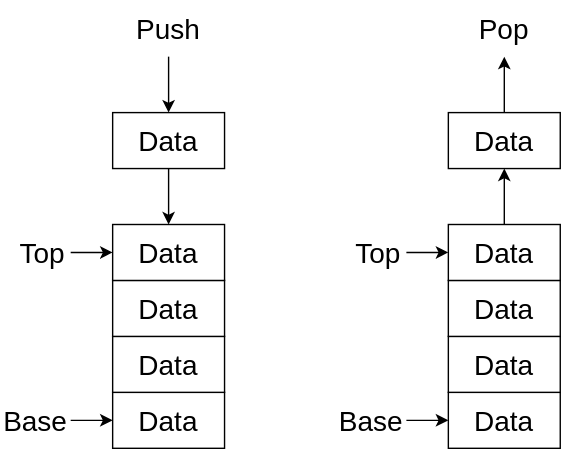
This is Diagrams/Abstract_Data-Types/Stack.svg from DominicSieli/Computer-Science, a draw.io export, as it was before one commit. Source tidied: cells renumbered, new cells last; positions are measured from the earlier drawing's top-left corner, leaving out a move shared by most shapes.
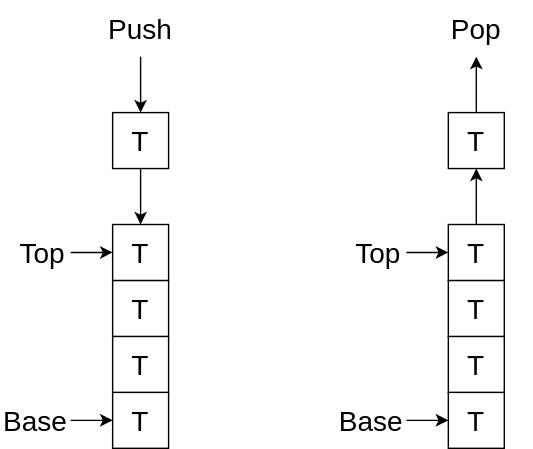
The same diagram one commit later.

The edit, as a diff of the source:
```diff
@@ -2,47 +2,47 @@
   <root>
     <mxCell id="0" />
     <mxCell id="1" parent="0" />
-    <mxCell id="2" value="&lt;font style=&quot;font-size: 20px&quot;&gt;Data&lt;/font&gt;" style="rounded=0;whiteSpace=wrap;html=1;" parent="1" vertex="1">
-      <mxGeometry x="80" y="280" width="80" height="40" as="geometry" />
+    <mxCell id="2" value="&lt;font style=&quot;font-size: 20px&quot;&gt;T&lt;/font&gt;" style="rounded=0;whiteSpace=wrap;html=1;" parent="1" vertex="1">
+      <mxGeometry x="80" y="280" width="40" height="40" as="geometry" />
     </mxCell>
-    <mxCell id="3" value="&lt;font style=&quot;font-size: 20px&quot;&gt;Data&lt;/font&gt;" style="rounded=0;whiteSpace=wrap;html=1;" parent="1" vertex="1">
-      <mxGeometry x="80" y="240" width="80" height="40" as="geometry" />
+    <mxCell id="3" value="&lt;font style=&quot;font-size: 20px&quot;&gt;T&lt;/font&gt;" style="rounded=0;whiteSpace=wrap;html=1;" parent="1" vertex="1">
+      <mxGeometry x="80" y="240" width="40" height="40" as="geometry" />
     </mxCell>
-    <mxCell id="4" value="&lt;font style=&quot;font-size: 20px&quot;&gt;Data&lt;/font&gt;" style="rounded=0;whiteSpace=wrap;html=1;" parent="1" vertex="1">
-      <mxGeometry x="80" y="200" width="80" height="40" as="geometry" />
+    <mxCell id="4" value="&lt;font style=&quot;font-size: 20px&quot;&gt;T&lt;/font&gt;" style="rounded=0;whiteSpace=wrap;html=1;" parent="1" vertex="1">
+      <mxGeometry x="80" y="200" width="40" height="40" as="geometry" />
     </mxCell>
-    <mxCell id="5" value="&lt;font style=&quot;font-size: 20px&quot;&gt;Data&lt;/font&gt;" style="rounded=0;whiteSpace=wrap;html=1;" parent="1" vertex="1">
-      <mxGeometry x="80" y="160" width="80" height="40" as="geometry" />
+    <mxCell id="5" value="&lt;font style=&quot;font-size: 20px&quot;&gt;T&lt;/font&gt;" style="rounded=0;whiteSpace=wrap;html=1;" parent="1" vertex="1">
+      <mxGeometry x="80" y="160" width="40" height="40" as="geometry" />
     </mxCell>
-    <mxCell id="6" value="&lt;font style=&quot;font-size: 20px&quot;&gt;Data&lt;/font&gt;" style="rounded=0;whiteSpace=wrap;html=1;" parent="1" vertex="1">
-      <mxGeometry x="80" y="80" width="80" height="40" as="geometry" />
+    <mxCell id="6" value="&lt;font style=&quot;font-size: 20px&quot;&gt;T&lt;/font&gt;" style="rounded=0;whiteSpace=wrap;html=1;" parent="1" vertex="1">
+      <mxGeometry x="80" y="80" width="40" height="40" as="geometry" />
     </mxCell>
     <mxCell id="7" style="endArrow=classic;html=1;exitX=0.5;exitY=1;exitDx=0;exitDy=0;entryX=0.5;entryY=0;entryDx=0;entryDy=0;" parent="1" edge="1" source="6" target="5">
       <mxGeometry relative="1" as="geometry" />
     </mxCell>
     <mxCell id="8" value="&lt;font style=&quot;font-size: 20px&quot;&gt;Push&lt;/font&gt;" style="text;html=1;strokeColor=none;fillColor=none;align=center;verticalAlign=middle;whiteSpace=wrap;rounded=0;" parent="1" vertex="1">
-      <mxGeometry x="80" width="80" height="40" as="geometry" />
+      <mxGeometry x="60" width="80" height="40" as="geometry" />
     </mxCell>
-    <mxCell id="9" value="&lt;font style=&quot;font-size: 20px&quot;&gt;Data&lt;/font&gt;" style="rounded=0;whiteSpace=wrap;html=1;" parent="1" vertex="1">
-      <mxGeometry x="320" y="280" width="80" height="40" as="geometry" />
+    <mxCell id="9" value="&lt;font style=&quot;font-size: 20px&quot;&gt;T&lt;/font&gt;" style="rounded=0;whiteSpace=wrap;html=1;" parent="1" vertex="1">
+      <mxGeometry x="320" y="280" width="40" height="40" as="geometry" />
     </mxCell>
-    <mxCell id="10" value="&lt;font style=&quot;font-size: 20px&quot;&gt;Data&lt;/font&gt;" style="rounded=0;whiteSpace=wrap;html=1;" parent="1" vertex="1">
-      <mxGeometry x="320" y="240" width="80" height="40" as="geometry" />
+    <mxCell id="10" value="&lt;font style=&quot;font-size: 20px&quot;&gt;T&lt;/font&gt;" style="rounded=0;whiteSpace=wrap;html=1;" parent="1" vertex="1">
+      <mxGeometry x="320" y="240" width="40" height="40" as="geometry" />
     </mxCell>
-    <mxCell id="11" value="&lt;font style=&quot;font-size: 20px&quot;&gt;Data&lt;/font&gt;" style="rounded=0;whiteSpace=wrap;html=1;" parent="1" vertex="1">
-      <mxGeometry x="320" y="200" width="80" height="40" as="geometry" />
+    <mxCell id="11" value="&lt;font style=&quot;font-size: 20px&quot;&gt;T&lt;/font&gt;" style="rounded=0;whiteSpace=wrap;html=1;" parent="1" vertex="1">
+      <mxGeometry x="320" y="200" width="40" height="40" as="geometry" />
     </mxCell>
-    <mxCell id="12" value="&lt;font style=&quot;font-size: 20px&quot;&gt;Data&lt;/font&gt;" style="rounded=0;whiteSpace=wrap;html=1;" parent="1" vertex="1">
-      <mxGeometry x="320" y="160" width="80" height="40" as="geometry" />
+    <mxCell id="12" value="&lt;font style=&quot;font-size: 20px&quot;&gt;T&lt;/font&gt;" style="rounded=0;whiteSpace=wrap;html=1;" parent="1" vertex="1">
+      <mxGeometry x="320" y="160" width="40" height="40" as="geometry" />
     </mxCell>
-    <mxCell id="13" value="&lt;font style=&quot;font-size: 20px&quot;&gt;Data&lt;/font&gt;" style="rounded=0;whiteSpace=wrap;html=1;" parent="1" vertex="1">
-      <mxGeometry x="320" y="80" width="80" height="40" as="geometry" />
+    <mxCell id="13" value="&lt;font style=&quot;font-size: 20px&quot;&gt;T&lt;/font&gt;" style="rounded=0;whiteSpace=wrap;html=1;" parent="1" vertex="1">
+      <mxGeometry x="320" y="80" width="40" height="40" as="geometry" />
     </mxCell>
     <mxCell id="14" style="endArrow=classic;html=1;entryX=0.5;entryY=1;entryDx=0;entryDy=0;exitX=0.5;exitY=0;exitDx=0;exitDy=0;" parent="1" edge="1" source="12" target="13">
       <mxGeometry relative="1" as="geometry" />
     </mxCell>
     <mxCell id="15" value="&lt;font style=&quot;font-size: 20px&quot;&gt;Pop&lt;/font&gt;" style="text;html=1;strokeColor=none;fillColor=none;align=center;verticalAlign=middle;whiteSpace=wrap;rounded=0;" parent="1" vertex="1">
-      <mxGeometry x="320" width="80" height="40" as="geometry" />
+      <mxGeometry x="300" width="80" height="40" as="geometry" />
     </mxCell>
     <mxCell id="16" value="&lt;font style=&quot;font-size: 20px&quot;&gt;Top&lt;/font&gt;" style="text;html=1;strokeColor=none;fillColor=none;align=center;verticalAlign=middle;whiteSpace=wrap;rounded=0;" parent="1" vertex="1">
       <mxGeometry x="250" y="160" width="40" height="40" as="geometry" />
```
